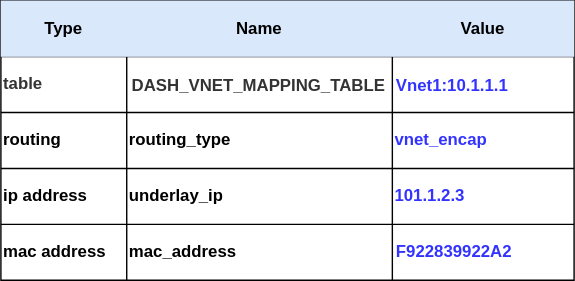
Above: documentation/vnet2vnet-service/design/images/packet-processing-pipeline-dash-vnet-mapping-table-example.svg in sonic-net/DASH (draw.io), before the change. Source tidied: cells renumbered, new cells last; positions are measured from the earlier drawing's top-left corner, leaving out a move shared by most shapes.
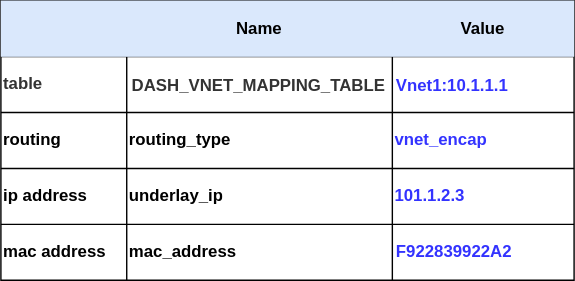
After the commit.

Commit message:
updated table header

Diff of the diagram source:
```diff
@@ -8,7 +8,7 @@
     <mxCell id="3" style="shape=tableRow;horizontal=0;startSize=0;swimlaneHead=0;swimlaneBody=0;top=0;left=0;bottom=0;right=0;fillColor=#dae8fc;align=center;fontStyle=1;strokeColor=#6c8ebf;" parent="2" vertex="1">
       <mxGeometry width="410" height="40" as="geometry" />
     </mxCell>
-    <mxCell id="4" value="Type" style="shape=partialRectangle;html=1;whiteSpace=wrap;overflow=hidden;fillColor=#dae8fc;top=0;left=0;bottom=0;right=0;align=center;fontStyle=1;strokeColor=#6c8ebf;" parent="3" vertex="1">
+    <mxCell id="4" style="shape=partialRectangle;html=1;whiteSpace=wrap;overflow=hidden;fillColor=#dae8fc;top=0;left=0;bottom=0;right=0;align=center;fontStyle=1;strokeColor=#6c8ebf;" parent="3" vertex="1">
       <mxGeometry width="90" height="40" as="geometry" />
     </mxCell>
     <mxCell id="5" value="Name" style="shape=partialRectangle;html=1;whiteSpace=wrap;overflow=hidden;fillColor=#dae8fc;top=0;left=0;bottom=0;right=0;align=center;fontStyle=1;strokeColor=#6c8ebf;" parent="3" vertex="1">
```
